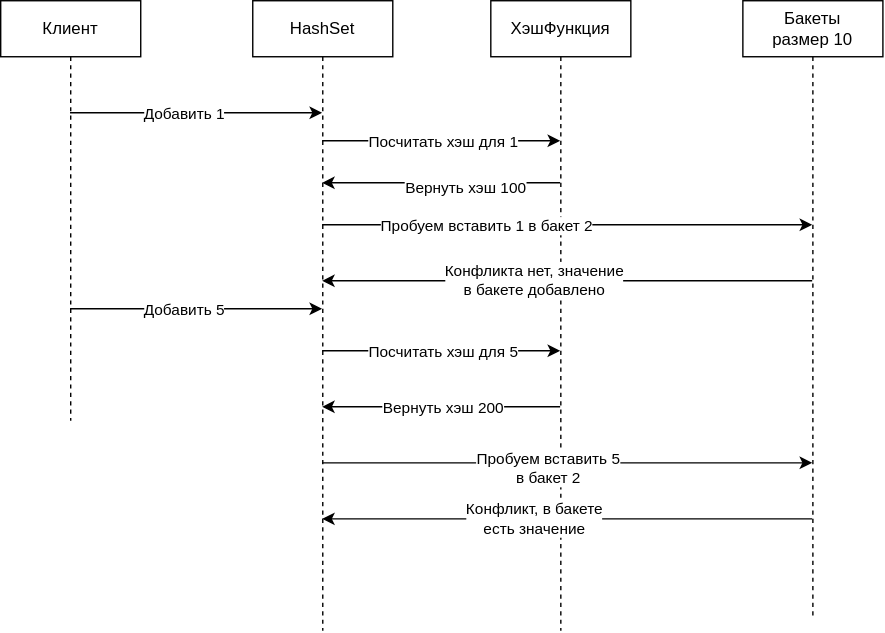
kosukhin/catalog keeps this draw.io diagram as База/Структуры данных/2. Быстро находить данные и проверять условия/2.3. Проверять принадлежность и уникальность/Множество (Set)/HashSet/schemes/ПроцессВставки.drawio.svg. Above is the earlier version. Source tidied: cells renumbered, new cells last; positions are measured from the earlier drawing's top-left corner, leaving out a move shared by most shapes.
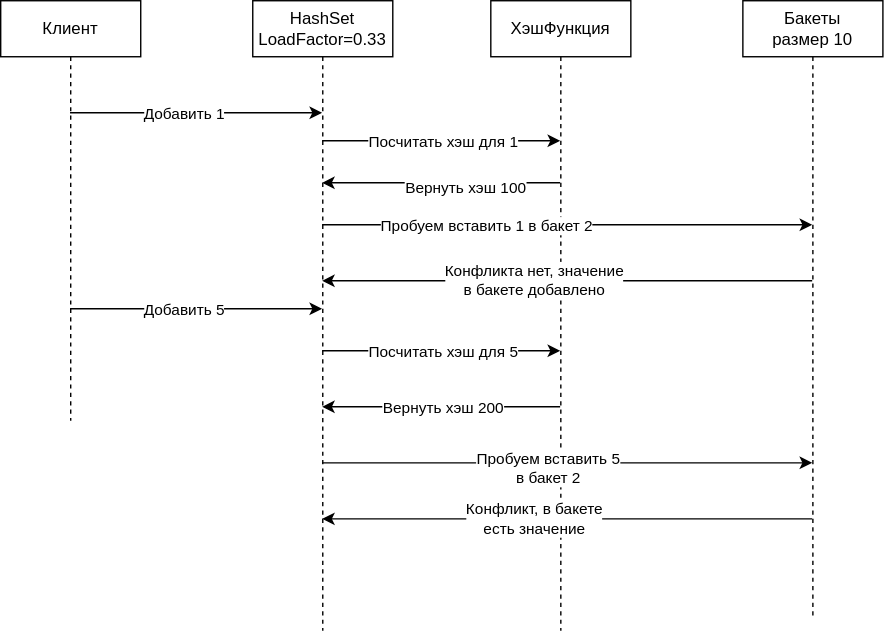
The same file after the commit.

Change to the diagram source:
```diff
@@ -5,7 +5,7 @@
     <mxCell id="2" value="Клиент" style="shape=umlLifeline;perimeter=lifelinePerimeter;whiteSpace=wrap;html=1;outlineConnect=0;portConstraint=eastwest;newEdgeStyle={&quot;edgeStyle&quot;:&quot;sequenceEdgeStyle&quot;,&quot;libavoidRouting&quot;:0,&quot;curved&quot;:0,&quot;rounded&quot;:0};" parent="1" vertex="1">
       <mxGeometry width="100" height="300" as="geometry" />
     </mxCell>
-    <mxCell id="3" value="HashSet" style="shape=umlLifeline;perimeter=lifelinePerimeter;whiteSpace=wrap;html=1;outlineConnect=0;portConstraint=eastwest;newEdgeStyle={&quot;edgeStyle&quot;:&quot;sequenceEdgeStyle&quot;,&quot;libavoidRouting&quot;:0,&quot;curved&quot;:0,&quot;rounded&quot;:0};" parent="1" vertex="1">
+    <mxCell id="3" value="HashSet&lt;div&gt;LoadFactor=0.33&lt;/div&gt;" style="shape=umlLifeline;perimeter=lifelinePerimeter;whiteSpace=wrap;html=1;outlineConnect=0;portConstraint=eastwest;newEdgeStyle={&quot;edgeStyle&quot;:&quot;sequenceEdgeStyle&quot;,&quot;libavoidRouting&quot;:0,&quot;curved&quot;:0,&quot;rounded&quot;:0};" parent="1" vertex="1">
       <mxGeometry x="180" width="100" height="450" as="geometry" />
     </mxCell>
     <mxCell id="4" value="ХэшФункция" style="shape=umlLifeline;perimeter=lifelinePerimeter;whiteSpace=wrap;html=1;outlineConnect=0;portConstraint=eastwest;newEdgeStyle={&quot;edgeStyle&quot;:&quot;sequenceEdgeStyle&quot;,&quot;libavoidRouting&quot;:0,&quot;curved&quot;:0,&quot;rounded&quot;:0};" parent="1" vertex="1">
```
